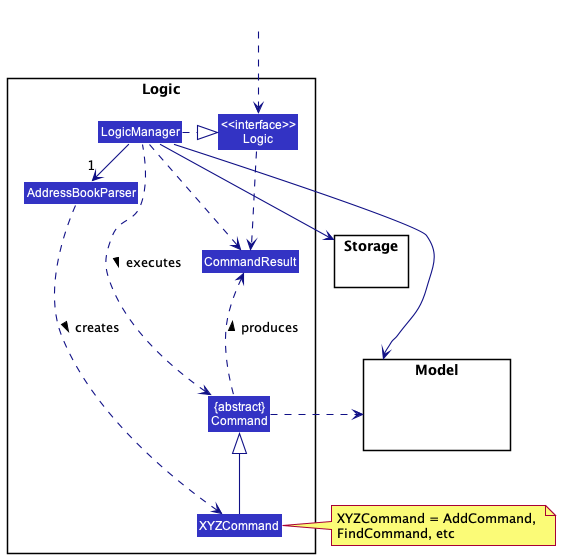
Before: docs/images/LogicClassDiagram.png, a diagram exported from PlantUML (nus-cs2103-AY2223S2/tp).
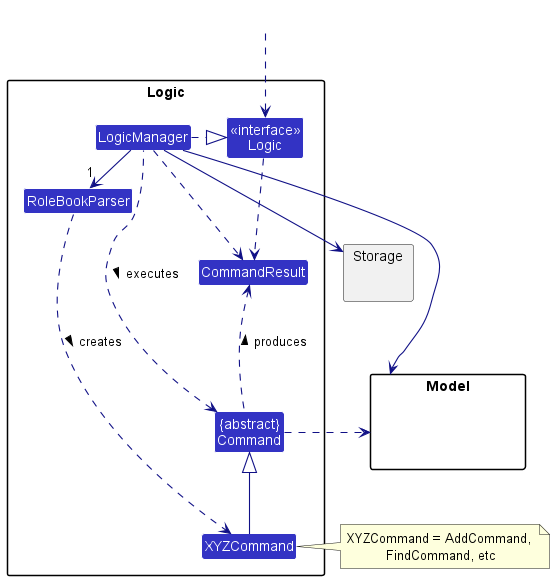
The same file after the commit.

Change to the diagram source:
```diff
@@ -6,13 +6,13 @@
 
 package Logic {
 
-Class AddressBookParser
+Class RoleBookParser
 Class XYZCommand
 Class CommandResult
 Class "{abstract}\nCommand" as Command
 
 
-Class "<<interface>>\nLogic" as Logic
+Class "<<interface>>\nLogic" as Logic1
 Class LogicManager
 }
 
@@ -24,11 +24,11 @@
 }
 
 Class HiddenOutside #FFFFFF
-HiddenOutside ..> Logic
+HiddenOutside ..> Logic1
 
-LogicManager .right.|> Logic
-LogicManager -right->"1" AddressBookParser
-AddressBookParser ..> XYZCommand : creates >
+LogicManager .right.|> Logic1
+LogicManager -right->"1" RoleBookParser
+RoleBookParser ..> XYZCommand : creates >
 
 XYZCommand -up-|> Command
 LogicManager .left.> Command : executes >
@@ -40,7 +40,7 @@
 Command .right.> Model
 note right of XYZCommand: XYZCommand = AddCommand, \nFindCommand, etc
 
-Logic ..> CommandResult
+Logic1 ..> CommandResult
 LogicManager .down.> CommandResult
 Command .up.> CommandResult : produces >
 @enduml
```
